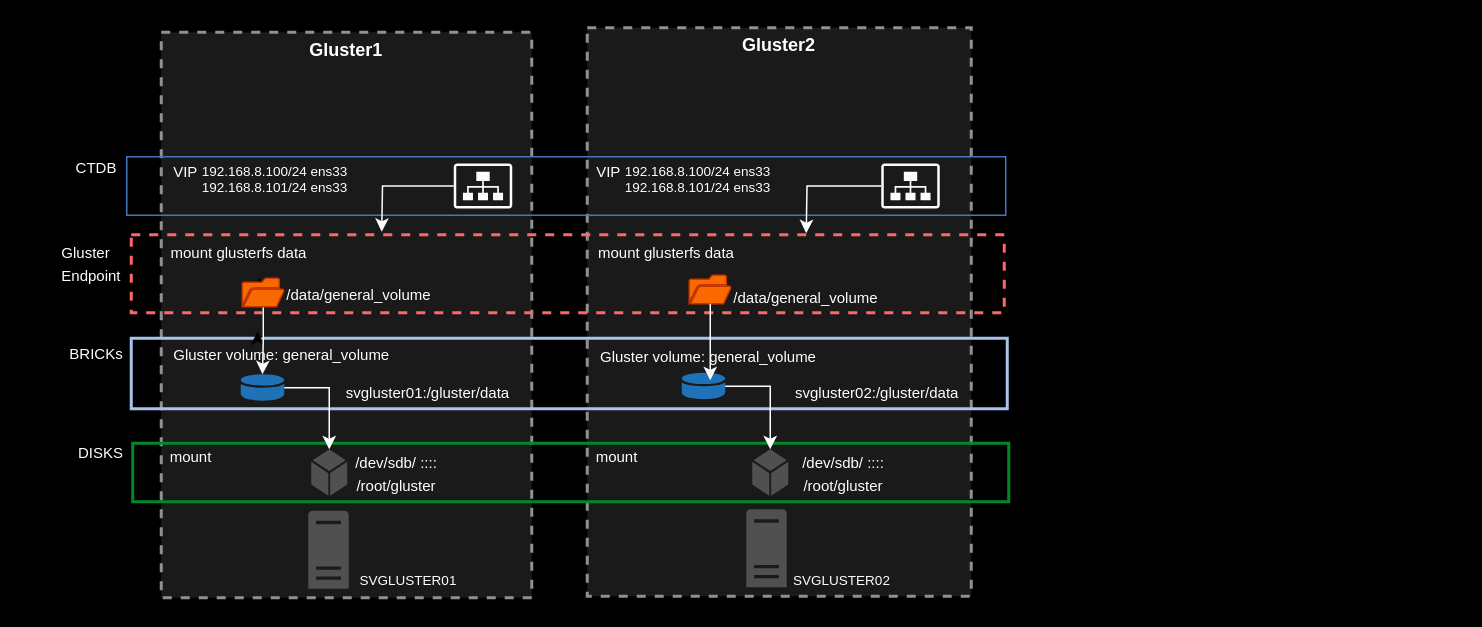
Earlier version of the draw.io diagram GlusterFS/glusterFS.drawio (Josemyr1993/glusterFS). Source tidied: cells renumbered, new cells numbered last; positions are measured from the earlier drawing's top-left corner, leaving out a move shared by most shapes. Both pictures are drawn from the tidied source at 150%, with x=0, y=0 at pixel (26, 27).
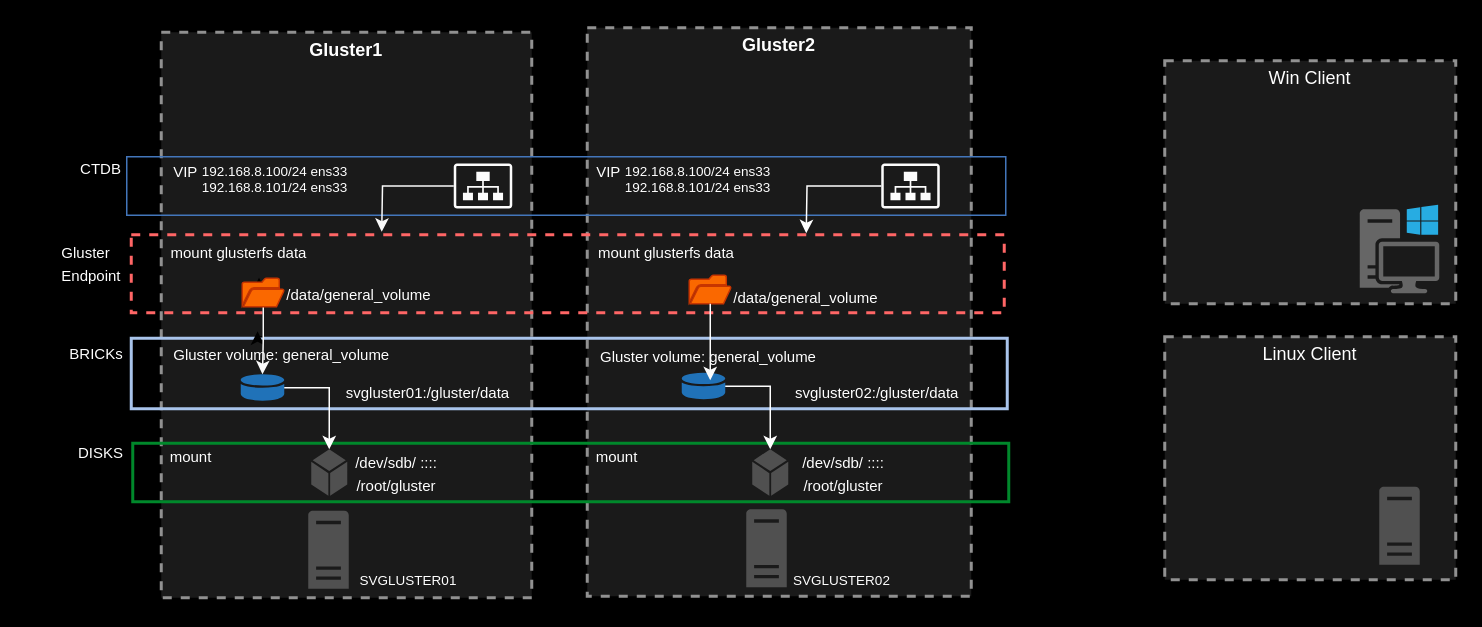
The same diagram, later.

The edit, as a diff of the source:
```diff
@@
+    <mxCell id="48" value="&lt;font color=&quot;#ffffff&quot;&gt;Win Client&lt;/font&gt;" style="fontStyle=0;verticalAlign=top;align=center;spacingTop=-2;fillColor=#1A1A1A;rounded=0;whiteSpace=wrap;html=1;strokeColor=#919191;strokeWidth=2;dashed=1;" parent="1" vertex="1">
+      <mxGeometry x="759" y="22" width="194" height="162" as="geometry" />
+    </mxCell>
+    <mxCell id="49" style="sketch=0;shadow=0;dashed=0;html=1;strokeColor=none;fillColor=#666666;labelPosition=center;verticalLabelPosition=bottom;verticalAlign=top;align=center;shape=mxgraph.office.devices.workstation_pc;" parent="48" vertex="1">
+      <mxGeometry x="130" y="96" width="53" height="59" as="geometry" />
+    </mxCell>
@@
     <mxCell id="22" value="&lt;font color=&quot;#ffffff&quot;&gt;&lt;font size=&quot;1&quot;&gt;CTDB&lt;/font&gt;&lt;br&gt;&lt;/font&gt;" style="text;html=1;strokeColor=none;fillColor=none;align=center;verticalAlign=middle;whiteSpace=wrap;rounded=0;" parent="1" vertex="1">
-      <mxGeometry y="78" width="94" height="30" as="geometry" />
+      <mxGeometry x="3" y="79" width="94" height="30" as="geometry" />
     </mxCell>
@@
+    <mxCell id="50" value="&lt;font color=&quot;#ffffff&quot;&gt;Linux Client&lt;/font&gt;" style="fontStyle=0;verticalAlign=top;align=center;spacingTop=-2;fillColor=#1A1A1A;rounded=0;whiteSpace=wrap;html=1;strokeColor=#919191;strokeWidth=2;dashed=1;" parent="1" vertex="1">
+      <mxGeometry x="759" y="206" width="194" height="162" as="geometry" />
+    </mxCell>
+    <mxCell id="51" style="sketch=0;shadow=0;dashed=0;html=1;strokeColor=none;fillColor=#505050;labelPosition=center;verticalLabelPosition=bottom;verticalAlign=top;align=center;shape=mxgraph.office.servers.server_generic;" parent="50" vertex="1">
+      <mxGeometry x="143" y="100" width="27" height="52" as="geometry" />
+    </mxCell>
```
